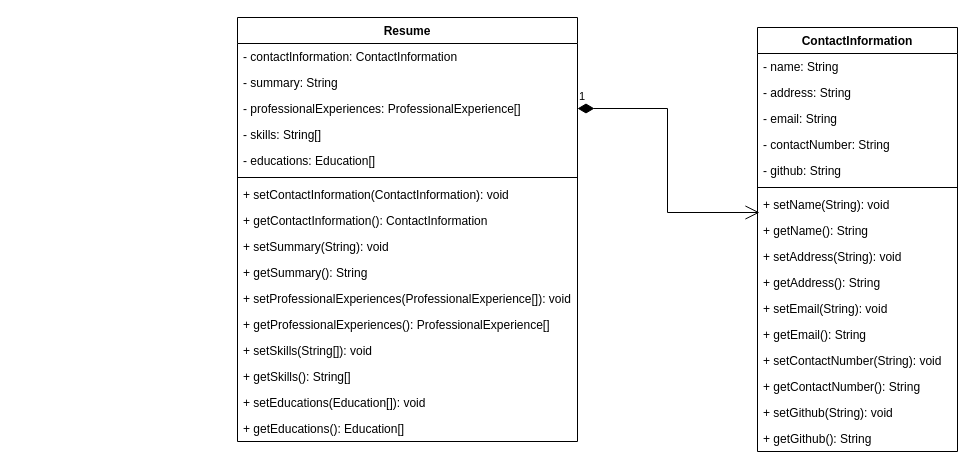
onlits-learning-solutions/ols2403 keeps this draw.io diagram as uml/resume.drawio. Above is the earlier version. Source tidied: cells renumbered, new cells numbered last; positions are measured from the earlier drawing's top-left corner, leaving out a move shared by most shapes. Both pictures are drawn from the tidied source at 100%, with x=0, y=0 at pixel (237, 17).
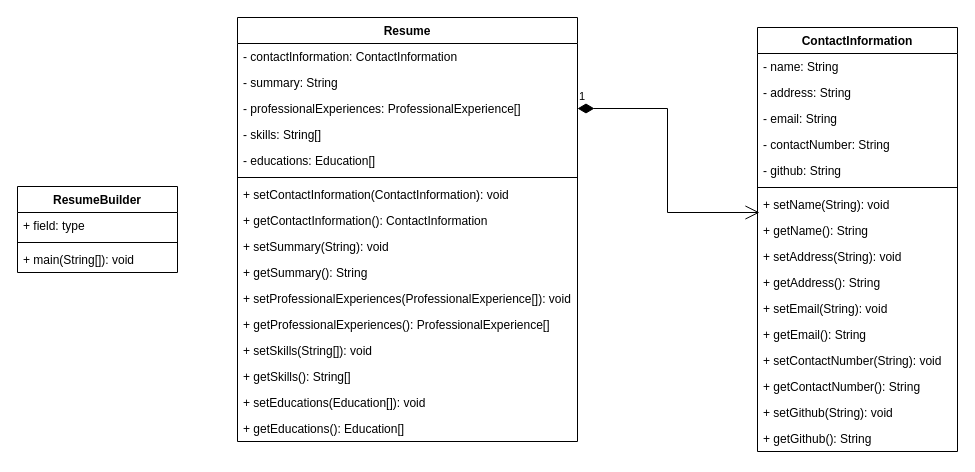
The same page after the edit.

What changed in the source:
```diff
@@
+    <mxCell id="37" value="ResumeBuilder" style="swimlane;fontStyle=1;align=center;verticalAlign=top;horizontal=1;startSize=26;whiteSpace=wrap;html=1;" parent="1" vertex="1">
+      <mxGeometry x="-220" y="169" width="160" height="86" as="geometry" />
+    </mxCell>
+    <mxCell id="38" value="+ field: type" style="text;strokeColor=none;fillColor=none;align=left;verticalAlign=top;spacingLeft=4;spacingRight=4;overflow=hidden;whiteSpace=wrap;html=1;" parent="37" vertex="1">
+      <mxGeometry y="26" width="160" height="26" as="geometry" />
+    </mxCell>
+    <mxCell id="39" style="line;strokeWidth=1;fillColor=none;align=left;verticalAlign=middle;spacingTop=-1;spacingLeft=3;spacingRight=3;labelPosition=right;strokeColor=inherit;" parent="37" vertex="1">
+      <mxGeometry y="52" width="160" height="8" as="geometry" />
+    </mxCell>
+    <mxCell id="40" value="+ main(String[]): void" style="text;strokeColor=none;fillColor=none;align=left;verticalAlign=top;spacingLeft=4;spacingRight=4;overflow=hidden;whiteSpace=wrap;html=1;" parent="37" vertex="1">
+      <mxGeometry y="60" width="160" height="26" as="geometry" />
+    </mxCell>
```
